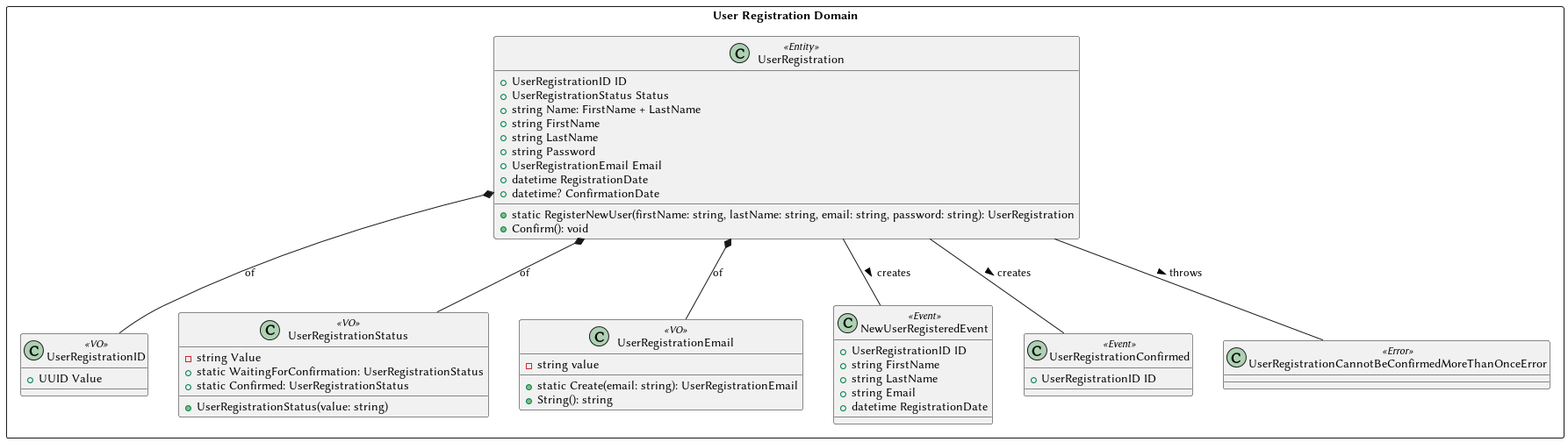
nalkhovikleverx/GoEdu keeps this PlantUML diagram as docs/C4/C4-Code/user-registration/C4-UserRegistration-Domain.png. Above is the earlier version. The source it was exported from:
```plantuml
@startuml C4-UserRegistration-Domain

package "User Registration Domain"  << Rectangle >> {

    class UserRegistrationID << VO >> {
        + UUID Value
    }

    class UserRegistration << Entity >> {
        + UserRegistrationID ID
        + UserRegistrationStatus Status
        + string Name: FirstName + LastName
        + string FirstName
        + string LastName
        + string Password
        + UserRegistrationEmail Email
        + datetime RegistrationDate
        + datetime? ConfirmationDate

        + static RegisterNewUser(firstName: string, lastName: string, email: string, password: string): UserRegistration
        + Confirm(): void
    }

    class UserRegistrationStatus << VO >> {
        - string Value
        + UserRegistrationStatus(value: string)
        + static WaitingForConfirmation: UserRegistrationStatus
        + static Confirmed: UserRegistrationStatus
    }

    class UserRegistrationEmail << VO >> {
        - string value
        + static Create(email: string): UserRegistrationEmail
        + String(): string
    }

    class NewUserRegisteredEvent << Event >> {
        + UserRegistrationID ID
        + string FirstName
        + string LastName
        + string Email
        + datetime RegistrationDate
    }

    class UserRegistrationConfirmed << Event >> {
        + UserRegistrationID ID
    }

    class UserRegistrationCannotBeConfirmedMoreThanOnceError << Error >> {}

    UserRegistration *-- UserRegistrationID : of
    UserRegistration *-- UserRegistrationStatus : of
    UserRegistration *-- UserRegistrationEmail : of
    UserRegistration -- UserRegistrationCannotBeConfirmedMoreThanOnceError: throws >
    UserRegistration -- NewUserRegisteredEvent: creates >
    UserRegistration -- UserRegistrationConfirmed: creates >
}

@enduml
```
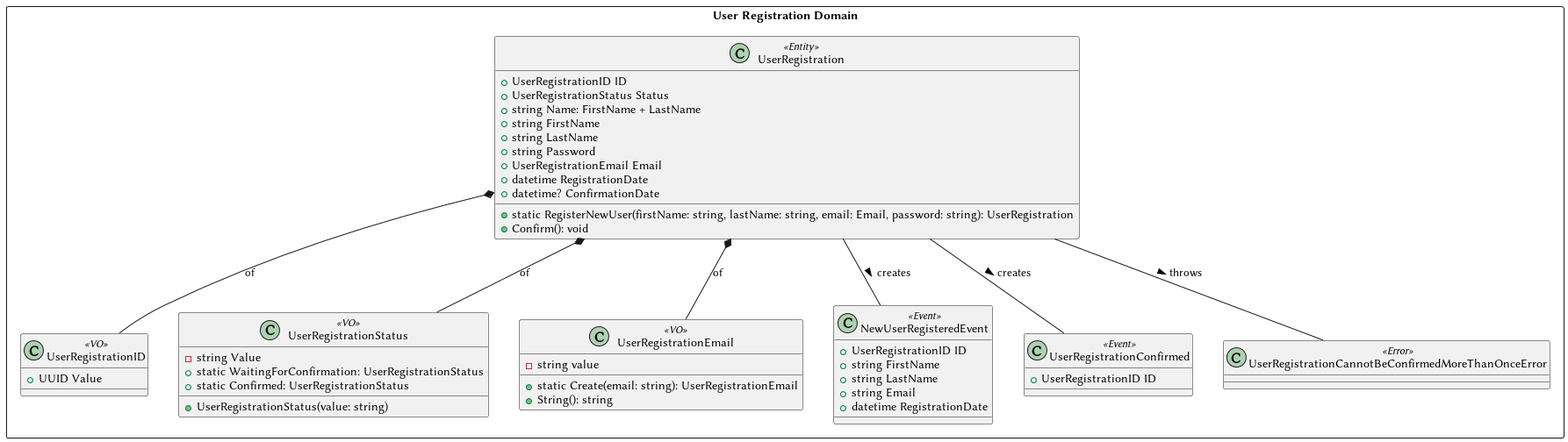
After the commit.

The edit, as a diff of the source:
```diff
@@ -17,7 +17,7 @@
         + datetime RegistrationDate
         + datetime? ConfirmationDate
 
-        + static RegisterNewUser(firstName: string, lastName: string, email: string, password: string): UserRegistration
+        + static RegisterNewUser(firstName: string, lastName: string, email: Email, password: string): UserRegistration
         + Confirm(): void
     }
 
```
